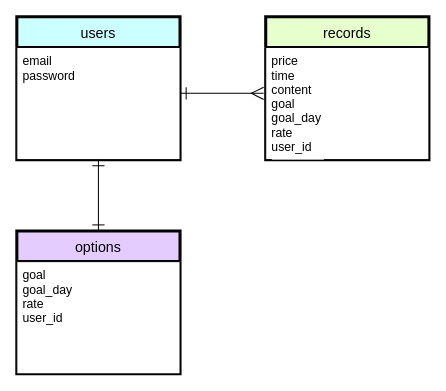
This is stockpile.dio from umaumau/stockpile, a draw.io file, before an edit. Source tidied: cells renumbered, new cells numbered last; positions are measured from the earlier drawing's top-left corner, leaving out a move shared by most shapes. Both pictures are drawn from the tidied source at 102%, with x=0, y=0 at pixel (16, 16).
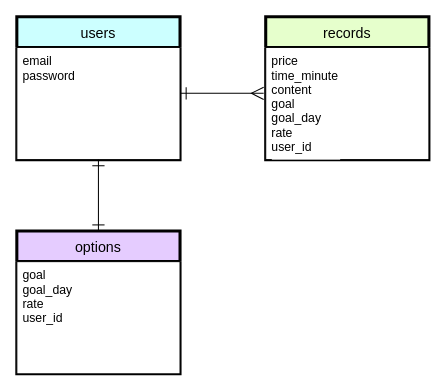
The same diagram, later.

Diff of the diagram source:
```diff
@@
 <mxGraphModel background="#ffffff">
   <root>
     <mxCell id="0" />
     <mxCell id="1" parent="0" />
     <mxCell id="2" value="users" style="swimlane;horizontal=1;startSize=30;rounded=0;fontSize=14;fontStyle=0;strokeWidth=3;shadow=0;dashed=0;align=center;strokeColor=#000000;fontColor=#000000;labelBackgroundColor=none;fillColor=#CCFFFF;" parent="1" vertex="1">
       <mxGeometry width="160" height="140" as="geometry" />
     </mxCell>
     <mxCell id="3" value="email&#10;password" style="align=left;spacingLeft=4;fontSize=12;verticalAlign=top;rounded=0;strokeColor=#000000;fontColor=#000000;labelBackgroundColor=#FFFFFF;fillColor=#FFFFFF;" parent="2" vertex="1">
       <mxGeometry y="30" width="160" height="110" as="geometry" />
     </mxCell>
     <mxCell id="4" value="options" style="swimlane;horizontal=1;startSize=30;rounded=0;fontSize=14;fontStyle=0;strokeWidth=3;shadow=0;dashed=0;align=center;strokeColor=#000000;fontColor=#000000;labelBackgroundColor=none;fillColor=#E5CCFF;" parent="1" vertex="1">
       <mxGeometry y="210" width="160" height="140" as="geometry" />
     </mxCell>
     <mxCell id="5" value="goal&#10;goal_day&#10;rate&#10;user_id" style="align=left;spacingLeft=4;fontSize=12;verticalAlign=top;rounded=0;strokeColor=#000000;fontColor=#000000;labelBackgroundColor=#FFFFFF;fillColor=#FFFFFF;" parent="4" vertex="1">
       <mxGeometry y="30" width="160" height="110" as="geometry" />
     </mxCell>
     <mxCell id="6" value="records" style="swimlane;horizontal=1;startSize=30;rounded=0;fontSize=14;fontStyle=0;strokeWidth=3;shadow=0;dashed=0;align=center;strokeColor=#000000;fontColor=#000000;labelBackgroundColor=none;fillColor=#E6FFCC;" parent="1" vertex="1">
       <mxGeometry x="244" width="160" height="140" as="geometry" />
     </mxCell>
-    <mxCell id="7" value="price&#10;time&#10;content&#10;goal&#10;goal_day&#10;rate&#10;user_id" style="align=left;spacingLeft=4;fontSize=12;verticalAlign=top;rounded=0;strokeColor=#000000;fontColor=#000000;labelBackgroundColor=#FFFFFF;fillColor=#FFFFFF;" parent="6" vertex="1">
+    <mxCell id="7" value="price&#10;time_minute&#10;content&#10;goal&#10;goal_day&#10;rate&#10;user_id" style="align=left;spacingLeft=4;fontSize=12;verticalAlign=top;rounded=0;strokeColor=#000000;fontColor=#000000;labelBackgroundColor=#FFFFFF;fillColor=#FFFFFF;" parent="6" vertex="1">
       <mxGeometry y="30" width="160" height="110" as="geometry" />
     </mxCell>
     <mxCell id="8" style="edgeStyle=none;jumpSize=10;html=1;exitX=0.5;exitY=1;exitDx=0;exitDy=0;entryX=0.5;entryY=0;entryDx=0;entryDy=0;startArrow=ERone;startFill=0;startSize=10;endSize=10;sourcePerimeterSpacing=0;targetPerimeterSpacing=0;endArrow=ERone;endFill=0;strokeColor=#000000;fontColor=#000000;labelBackgroundColor=#FFFFFF;fillColor=#FFFFFF;" parent="1" edge="1" source="3" target="4">
       <mxGeometry relative="1" as="geometry" />
     </mxCell>
     <mxCell id="9" style="edgeStyle=none;jumpSize=10;html=1;exitX=1;exitY=0.409;exitDx=0;exitDy=0;startArrow=ERone;startFill=0;endArrow=ERmany;endFill=0;startSize=10;endSize=10;sourcePerimeterSpacing=0;targetPerimeterSpacing=0;exitPerimeter=0;strokeColor=#000000;fontColor=#000000;labelBackgroundColor=#FFFFFF;fillColor=#FFFFFF;" parent="1" edge="1" source="3">
       <mxGeometry relative="1" as="geometry">
         <mxPoint x="242" y="75" as="targetPoint" />
       </mxGeometry>
     </mxCell>
   </root>
 </mxGraphModel>
```
